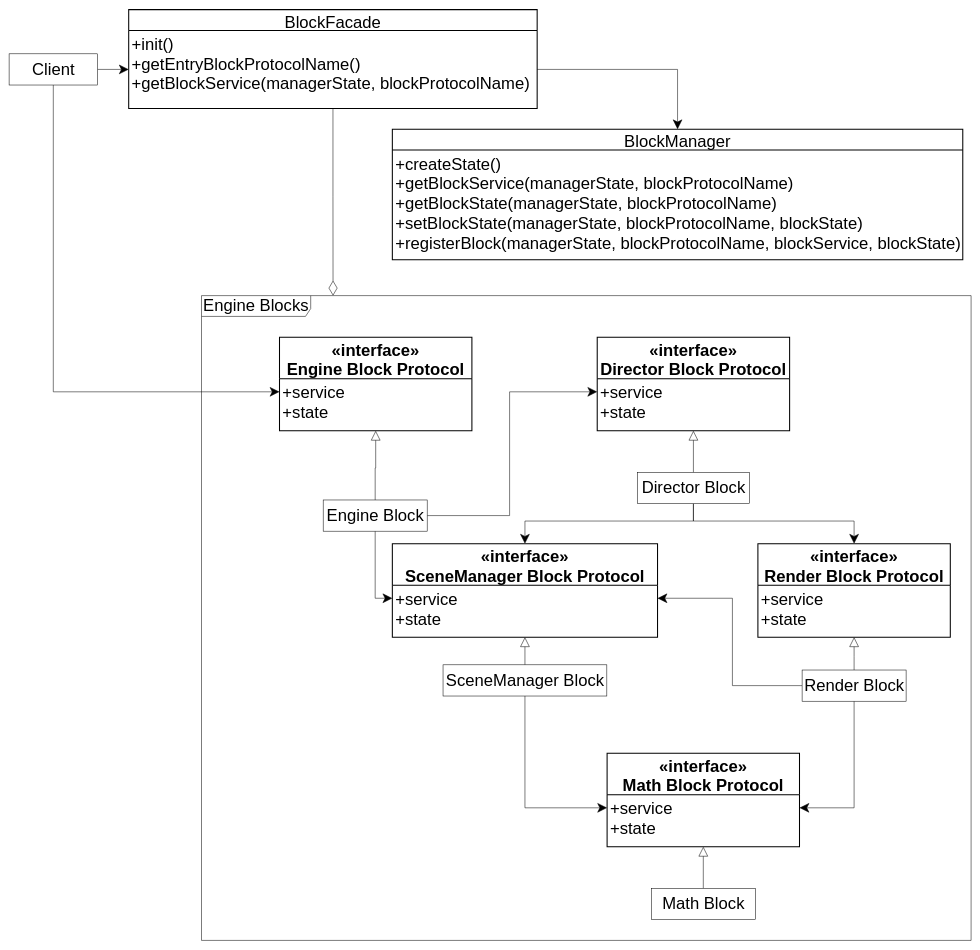
This is packages/积木模式/story_improve/UML.drawio from yyc-git/3DProgramPattern, a draw.io file, before an edit. Source tidied: cells renumbered, new cells numbered last; positions are measured from the earlier drawing's top-left corner, leaving out a move shared by most shapes. Both pictures are drawn from the tidied source at 52%, with x=0, y=0 at pixel (9, 9).
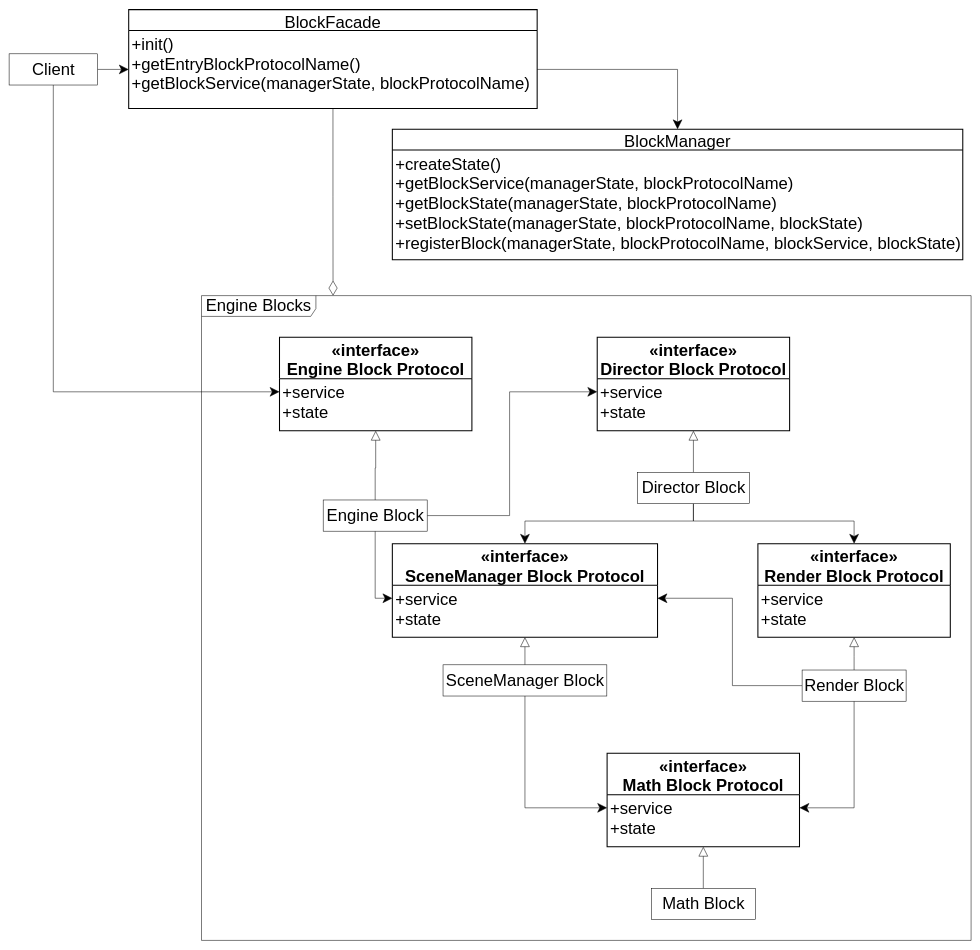
After the change.

The edit, as a diff of the source:
```diff
@@
-    <mxCell id="2" value="&lt;font style=&quot;font-size: 32px&quot;&gt;Engine Blocks&lt;/font&gt;" style="shape=umlFrame;whiteSpace=wrap;html=1;width=210;height=40;fontSize=32;" parent="1" vertex="1">
+    <mxCell id="2" value="&lt;font style=&quot;font-size: 32px&quot;&gt;Engine Blocks&lt;/font&gt;" style="shape=umlFrame;whiteSpace=wrap;html=1;width=220;height=40;fontSize=32;" parent="1" vertex="1">
       <mxGeometry x="370" y="550" width="1480" height="1240" as="geometry" />
     </mxCell>
```
